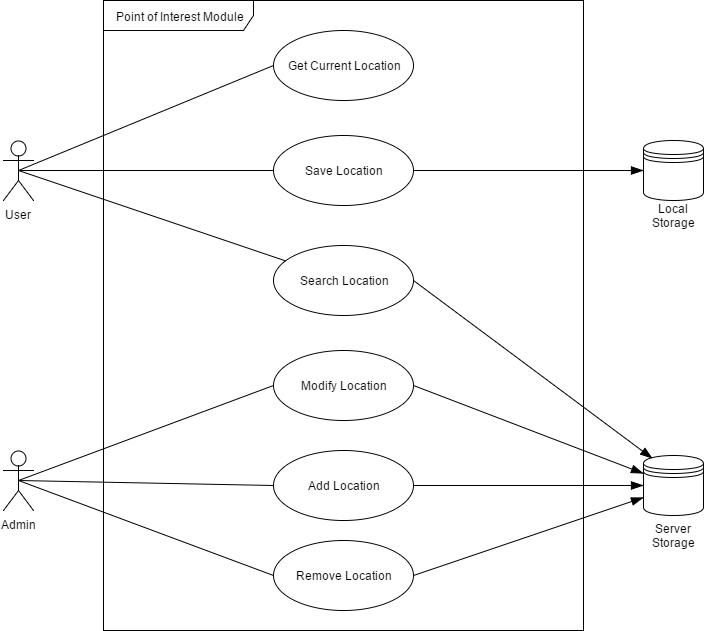
This is PoI_UseCase.png from Chris19951225/COS-301-Team-Algol, a draw.io export, as it was before one commit. Source tidied: cells renumbered, new cells last; positions are measured from the earlier drawing's top-left corner, leaving out a move shared by most shapes.
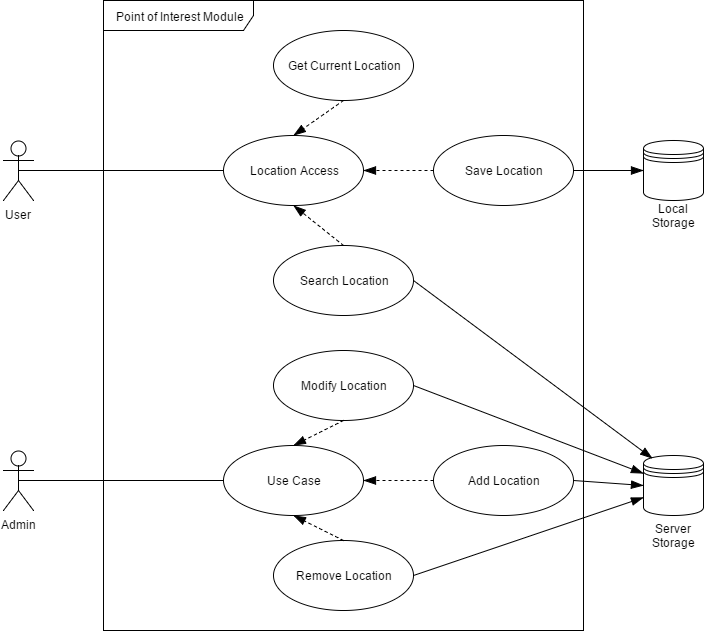
After the commit.

Diff of the diagram source:
```diff
@@ -5,33 +5,24 @@
     <mxCell id="2" value="Point of Interest Module" style="shape=umlFrame;whiteSpace=wrap;html=1;strokeColor=#000000;strokeWidth=1;fillColor=none;width=150;height=30;" parent="1" vertex="1">
       <mxGeometry x="100" width="480" height="630" as="geometry" />
     </mxCell>
-    <mxCell id="3" style="edgeStyle=none;rounded=0;html=1;exitX=0.5;exitY=0.5;exitPerimeter=0;endArrow=none;endFill=0;jettySize=auto;strokeColor=#000000;strokeWidth=1;" parent="1" edge="1" source="6" target="12">
-      <mxGeometry relative="1" as="geometry" />
-    </mxCell>
-    <mxCell id="4" style="edgeStyle=none;rounded=0;html=1;exitX=0.5;exitY=0.5;exitPerimeter=0;entryX=0;entryY=0.5;endArrow=none;endFill=0;endSize=10;jettySize=auto;strokeColor=#000000;strokeWidth=1;" parent="1" edge="1" source="6" target="19">
-      <mxGeometry relative="1" as="geometry" />
-    </mxCell>
-    <mxCell id="5" style="edgeStyle=none;rounded=0;html=1;exitX=0.5;exitY=0.5;exitPerimeter=0;entryX=0;entryY=0.5;endArrow=none;endFill=0;endSize=10;jettySize=auto;strokeColor=#000000;strokeWidth=1;" parent="1" edge="1" source="6" target="21">
-      <mxGeometry relative="1" as="geometry" />
-    </mxCell>
+    <mxCell id="26" style="edgeStyle=none;rounded=0;html=1;exitX=0.5;exitY=0.5;exitPerimeter=0;entryX=0;entryY=0.5;endArrow=none;endFill=0;endSize=10;jettySize=auto;strokeColor=#000000;strokeWidth=1;" parent="1" edge="1" source="6" target="34">
+      <mxGeometry relative="1" as="geometry" />
+    </mxCell>
     <mxCell id="6" value="User" style="shape=umlActor;verticalLabelPosition=bottom;labelBackgroundColor=#ffffff;verticalAlign=top;html=1;strokeColor=#000000;strokeWidth=1;fillColor=none;" parent="1" vertex="1">
       <mxGeometry y="140" width="30" height="60" as="geometry" />
     </mxCell>
-    <mxCell id="7" style="edgeStyle=none;rounded=0;html=1;exitX=0.5;exitY=0.5;exitPerimeter=0;entryX=0;entryY=0.5;endArrow=none;endFill=0;jettySize=auto;strokeColor=#000000;strokeWidth=1;" parent="1" edge="1" source="10" target="14">
-      <mxGeometry relative="1" as="geometry" />
-    </mxCell>
-    <mxCell id="8" style="edgeStyle=none;rounded=0;html=1;exitX=0.5;exitY=0.5;exitPerimeter=0;entryX=0;entryY=0.5;endArrow=none;endFill=0;jettySize=auto;strokeColor=#000000;strokeWidth=1;" parent="1" edge="1" source="10" target="16">
-      <mxGeometry relative="1" as="geometry" />
-    </mxCell>
-    <mxCell id="9" style="edgeStyle=none;rounded=0;html=1;exitX=0.5;exitY=0.5;exitPerimeter=0;entryX=0;entryY=0.5;endArrow=none;endFill=0;jettySize=auto;strokeColor=#000000;strokeWidth=1;" parent="1" edge="1" source="10" target="18">
-      <mxGeometry relative="1" as="geometry" />
-    </mxCell>
+    <mxCell id="27" style="edgeStyle=none;rounded=0;html=1;exitX=0.5;exitY=0.5;exitPerimeter=0;entryX=0;entryY=0.5;endArrow=none;endFill=0;endSize=10;jettySize=auto;strokeColor=#000000;strokeWidth=1;" parent="1" edge="1" source="10" target="35">
+      <mxGeometry relative="1" as="geometry" />
+    </mxCell>
     <mxCell id="10" value="Admin" style="shape=umlActor;verticalLabelPosition=bottom;labelBackgroundColor=#ffffff;verticalAlign=top;html=1;strokeColor=#000000;strokeWidth=1;fillColor=none;" parent="1" vertex="1">
       <mxGeometry y="450" width="30" height="60" as="geometry" />
     </mxCell>
     <mxCell id="11" style="edgeStyle=none;rounded=0;html=1;exitX=1;exitY=0.5;entryX=0.15;entryY=0.05;entryPerimeter=0;endArrow=blockThin;endFill=1;endSize=10;jettySize=auto;strokeColor=#000000;strokeWidth=1;" parent="1" edge="1" source="12" target="22">
       <mxGeometry relative="1" as="geometry" />
     </mxCell>
+    <mxCell id="28" style="edgeStyle=none;rounded=0;html=1;exitX=0.5;exitY=0;entryX=0.5;entryY=1;dashed=1;endArrow=blockThin;endFill=1;endSize=10;jettySize=auto;strokeColor=#000000;strokeWidth=1;" parent="1" edge="1" source="12" target="34">
+      <mxGeometry relative="1" as="geometry" />
+    </mxCell>
     <mxCell id="12" value="Search Location" style="ellipse;whiteSpace=wrap;html=1;strokeColor=#000000;strokeWidth=1;fillColor=none;" parent="1" vertex="1">
       <mxGeometry x="270" y="245" width="140" height="70" as="geometry" />
     </mxCell>
@@ -40,29 +31,44 @@
         <mxPoint x="640" y="485" as="targetPoint" />
       </mxGeometry>
     </mxCell>
+    <mxCell id="29" style="edgeStyle=none;rounded=0;html=1;exitX=0;exitY=0.5;entryX=1;entryY=0.5;dashed=1;endArrow=blockThin;endFill=1;endSize=10;jettySize=auto;strokeColor=#000000;strokeWidth=1;" parent="1" edge="1" source="14" target="35">
+      <mxGeometry relative="1" as="geometry" />
+    </mxCell>
     <mxCell id="14" value="Add Location" style="ellipse;whiteSpace=wrap;html=1;strokeColor=#000000;strokeWidth=1;fillColor=none;" parent="1" vertex="1">
-      <mxGeometry x="270" y="450" width="140" height="70" as="geometry" />
+      <mxGeometry x="430" y="445" width="140" height="70" as="geometry" />
     </mxCell>
     <mxCell id="15" style="edgeStyle=none;rounded=0;html=1;exitX=1;exitY=0.5;entryX=0;entryY=0.3;endArrow=blockThin;endFill=1;endSize=10;jettySize=auto;strokeColor=#000000;strokeWidth=1;" parent="1" edge="1" source="16" target="22">
       <mxGeometry relative="1" as="geometry" />
     </mxCell>
+    <mxCell id="30" style="edgeStyle=none;rounded=0;html=1;exitX=0.5;exitY=1;entryX=0.5;entryY=0;endArrow=blockThin;endFill=1;endSize=10;jettySize=auto;strokeColor=#000000;strokeWidth=1;dashed=1;" parent="1" edge="1" source="16" target="35">
+      <mxGeometry relative="1" as="geometry" />
+    </mxCell>
     <mxCell id="16" value="Modify Location" style="ellipse;whiteSpace=wrap;html=1;strokeColor=#000000;strokeWidth=1;fillColor=none;" parent="1" vertex="1">
       <mxGeometry x="270" y="350" width="140" height="70" as="geometry" />
     </mxCell>
     <mxCell id="17" style="edgeStyle=none;rounded=0;html=1;exitX=1;exitY=0.5;entryX=0;entryY=0.7;endArrow=blockThin;endFill=1;endSize=10;jettySize=auto;strokeColor=#000000;strokeWidth=1;" parent="1" edge="1" source="18" target="22">
       <mxGeometry relative="1" as="geometry" />
     </mxCell>
+    <mxCell id="31" style="edgeStyle=none;rounded=0;html=1;exitX=0.5;exitY=0;entryX=0.5;entryY=1;dashed=1;endArrow=blockThin;endFill=1;endSize=10;jettySize=auto;strokeColor=#000000;strokeWidth=1;" parent="1" edge="1" source="18" target="35">
+      <mxGeometry relative="1" as="geometry" />
+    </mxCell>
     <mxCell id="18" value="Remove Location" style="ellipse;whiteSpace=wrap;html=1;strokeColor=#000000;strokeWidth=1;fillColor=none;" parent="1" vertex="1">
       <mxGeometry x="270" y="540" width="140" height="70" as="geometry" />
     </mxCell>
+    <mxCell id="32" style="edgeStyle=none;rounded=0;html=1;exitX=0.5;exitY=1;entryX=0.5;entryY=0;dashed=1;endArrow=blockThin;endFill=1;endSize=10;jettySize=auto;strokeColor=#000000;strokeWidth=1;" parent="1" edge="1" source="19" target="34">
+      <mxGeometry relative="1" as="geometry" />
+    </mxCell>
     <mxCell id="19" value="Get Current Location" style="ellipse;whiteSpace=wrap;html=1;strokeColor=#000000;strokeWidth=1;fillColor=none;" parent="1" vertex="1">
       <mxGeometry x="270" y="30" width="140" height="70" as="geometry" />
     </mxCell>
     <mxCell id="20" style="edgeStyle=none;rounded=0;html=1;exitX=1;exitY=0.5;entryX=0;entryY=0.5;endArrow=blockThin;endFill=1;endSize=10;jettySize=auto;strokeColor=#000000;strokeWidth=1;" parent="1" edge="1" source="21" target="24">
       <mxGeometry relative="1" as="geometry" />
     </mxCell>
+    <mxCell id="33" style="edgeStyle=none;rounded=0;html=1;exitX=0;exitY=0.5;entryX=1;entryY=0.5;dashed=1;endArrow=blockThin;endFill=1;endSize=10;jettySize=auto;strokeColor=#000000;strokeWidth=1;" parent="1" edge="1" source="21" target="34">
+      <mxGeometry relative="1" as="geometry" />
+    </mxCell>
     <mxCell id="21" value="Save Location" style="ellipse;whiteSpace=wrap;html=1;strokeColor=#000000;strokeWidth=1;fillColor=none;" parent="1" vertex="1">
-      <mxGeometry x="270" y="135" width="140" height="70" as="geometry" />
+      <mxGeometry x="430" y="135" width="140" height="70" as="geometry" />
     </mxCell>
     <mxCell id="22" style="shape=datastore;whiteSpace=wrap;html=1;strokeColor=#000000;strokeWidth=1;fillColor=none;" parent="1" vertex="1">
       <mxGeometry x="640" y="455" width="60" height="60" as="geometry" />
@@ -76,5 +82,11 @@
     <mxCell id="25" value="Local Storage" style="text;html=1;strokeColor=none;fillColor=none;align=center;verticalAlign=middle;whiteSpace=wrap;" parent="1" vertex="1">
       <mxGeometry x="650" y="205" width="40" height="20" as="geometry" />
     </mxCell>
+    <mxCell id="34" value="Location Access" style="ellipse;whiteSpace=wrap;html=1;strokeColor=#000000;strokeWidth=1;fillColor=none;" parent="1" vertex="1">
+      <mxGeometry x="220" y="135" width="140" height="70" as="geometry" />
+    </mxCell>
+    <mxCell id="35" value="Use Case" style="ellipse;whiteSpace=wrap;html=1;strokeColor=#000000;strokeWidth=1;fillColor=none;" parent="1" vertex="1">
+      <mxGeometry x="220" y="445" width="140" height="70" as="geometry" />
+    </mxCell>
   </root>
 </mxGraphModel>
```
